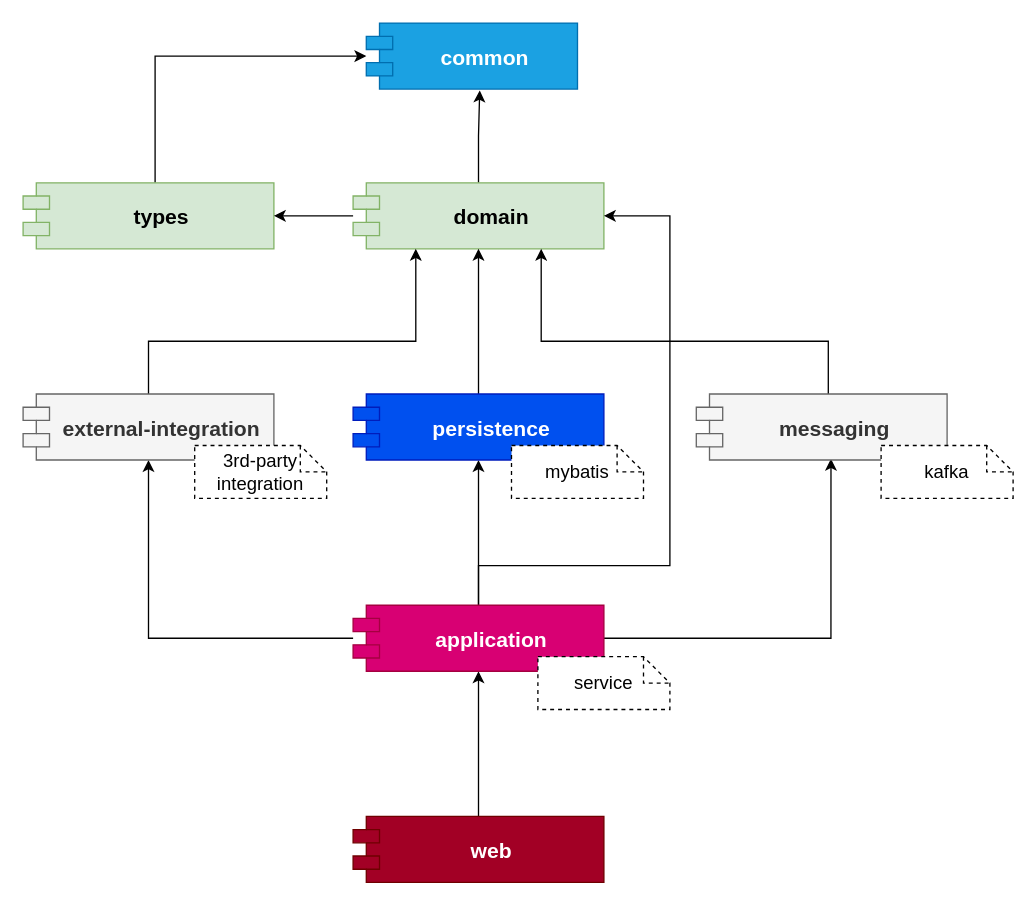
Earlier version of the draw.io diagram demo.drawio (beeeeeeeeck/ddd). Source tidied: cells renumbered, new cells numbered last; positions are measured from the earlier drawing's top-left corner, leaving out a move shared by most shapes. Both pictures are drawn from the tidied source at 132%, with x=0, y=0 at pixel (22, 22).
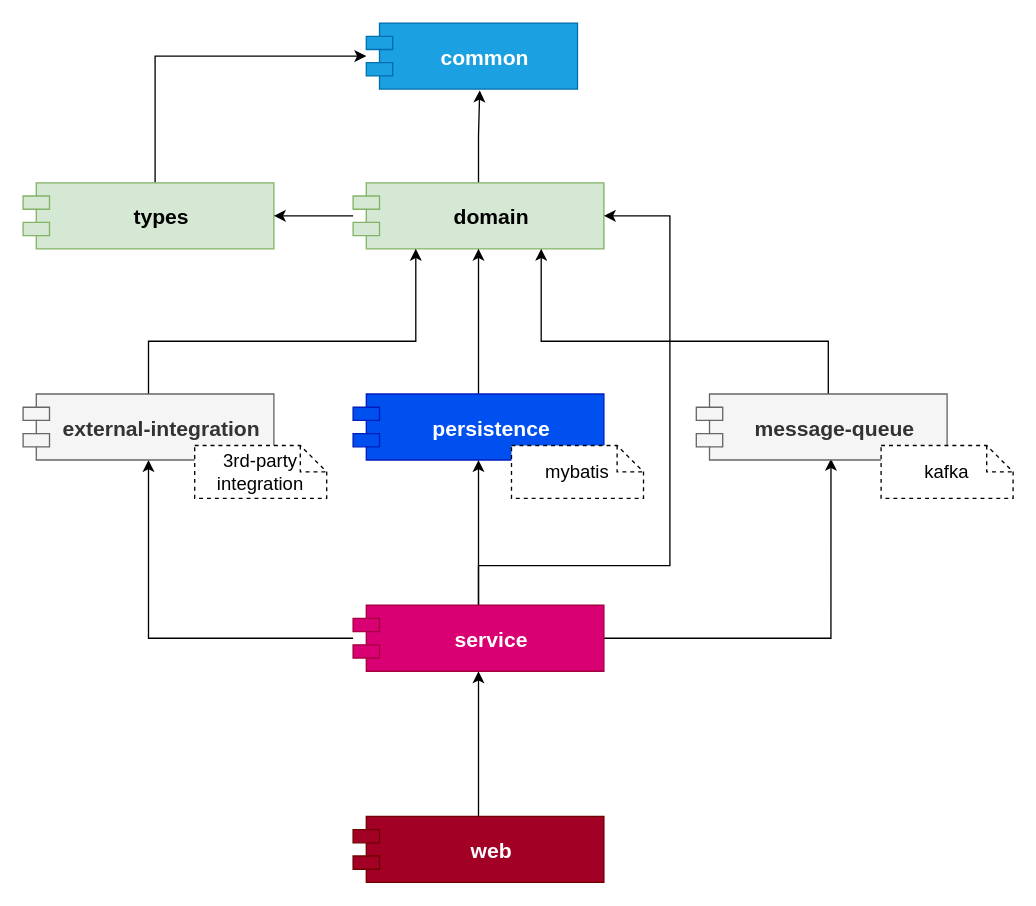
The same page after the edit.

Change to the diagram source:
```diff
@@
-    <mxCell id="14" value="application" style="shape=module;align=left;spacingLeft=20;align=center;verticalAlign=middle;fontStyle=1;fontSize=16;fillColor=#d80073;strokeColor=#A50040;fontColor=#ffffff;" parent="1" vertex="1">
+    <mxCell id="14" value="service" style="shape=module;align=left;spacingLeft=20;align=center;verticalAlign=middle;fontStyle=1;fontSize=16;fillColor=#d80073;strokeColor=#A50040;fontColor=#ffffff;" parent="1" vertex="1">
       <mxGeometry x="250" y="441" width="190" height="50" as="geometry" />
     </mxCell>
@@
-    <mxCell id="18" value="messaging" style="shape=module;align=left;spacingLeft=20;align=center;verticalAlign=middle;fontStyle=1;fontSize=16;fillColor=#f5f5f5;strokeColor=#666666;fontColor=#333333;" parent="1" vertex="1">
+    <mxCell id="18" value="message-queue" style="shape=module;align=left;spacingLeft=20;align=center;verticalAlign=middle;fontStyle=1;fontSize=16;fillColor=#f5f5f5;strokeColor=#666666;fontColor=#333333;" parent="1" vertex="1">
       <mxGeometry x="510" y="281" width="190" height="50" as="geometry" />
     </mxCell>
@@
-    <mxCell id="21" value="service" style="shape=note;size=20;whiteSpace=wrap;html=1;fontSize=14;dashed=1;" parent="1" vertex="1">
-      <mxGeometry x="390" y="480" width="100" height="40" as="geometry" />
-    </mxCell>
```
